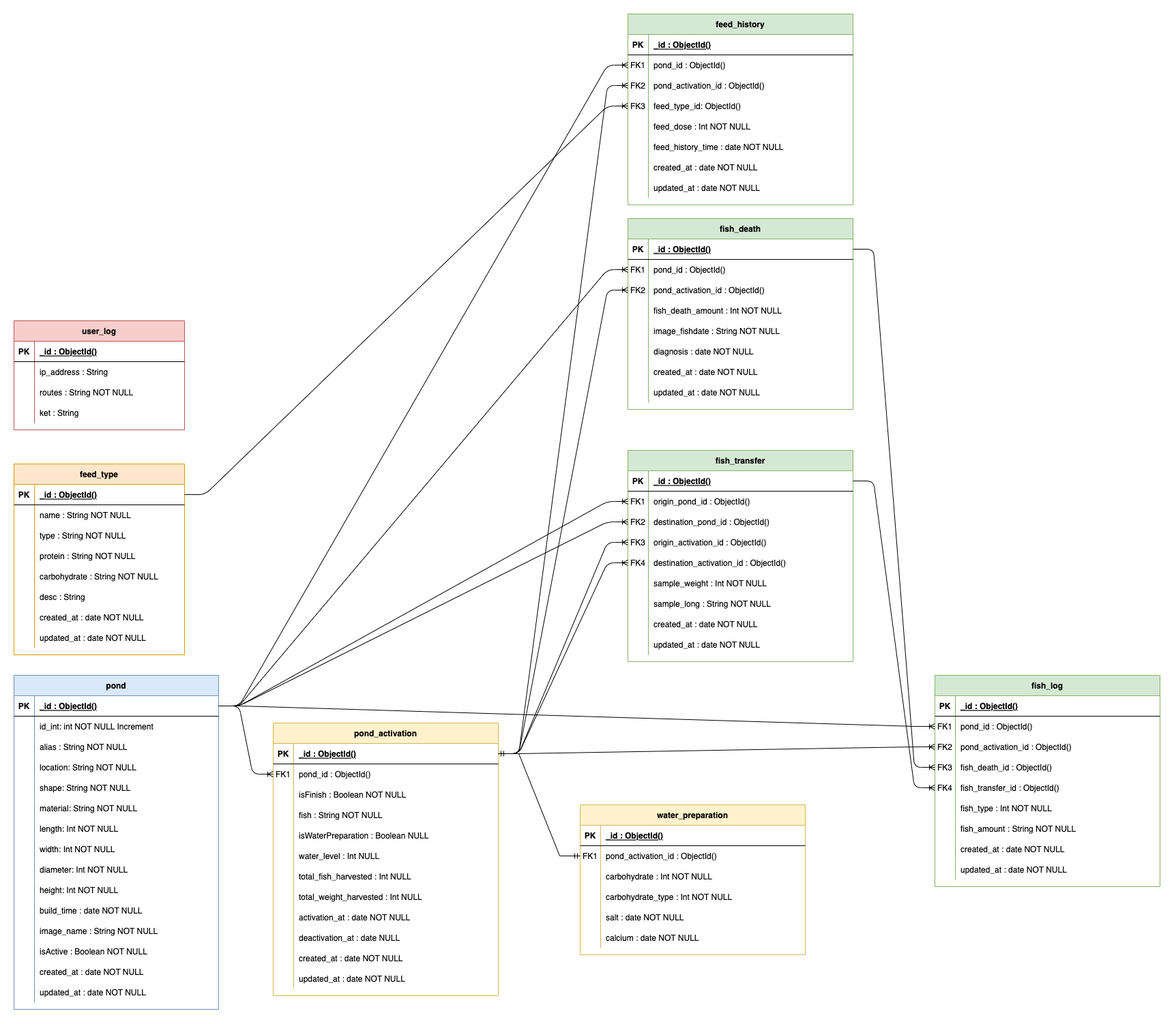
andrirahmanto/backendserverfishculture keeps this draw.io diagram as doc/Sprint07/diagram database/database.png. Above is the earlier version. Source tidied: cells renumbered, new cells last; positions are measured from the earlier drawing's top-left corner, leaving out a move shared by most shapes.
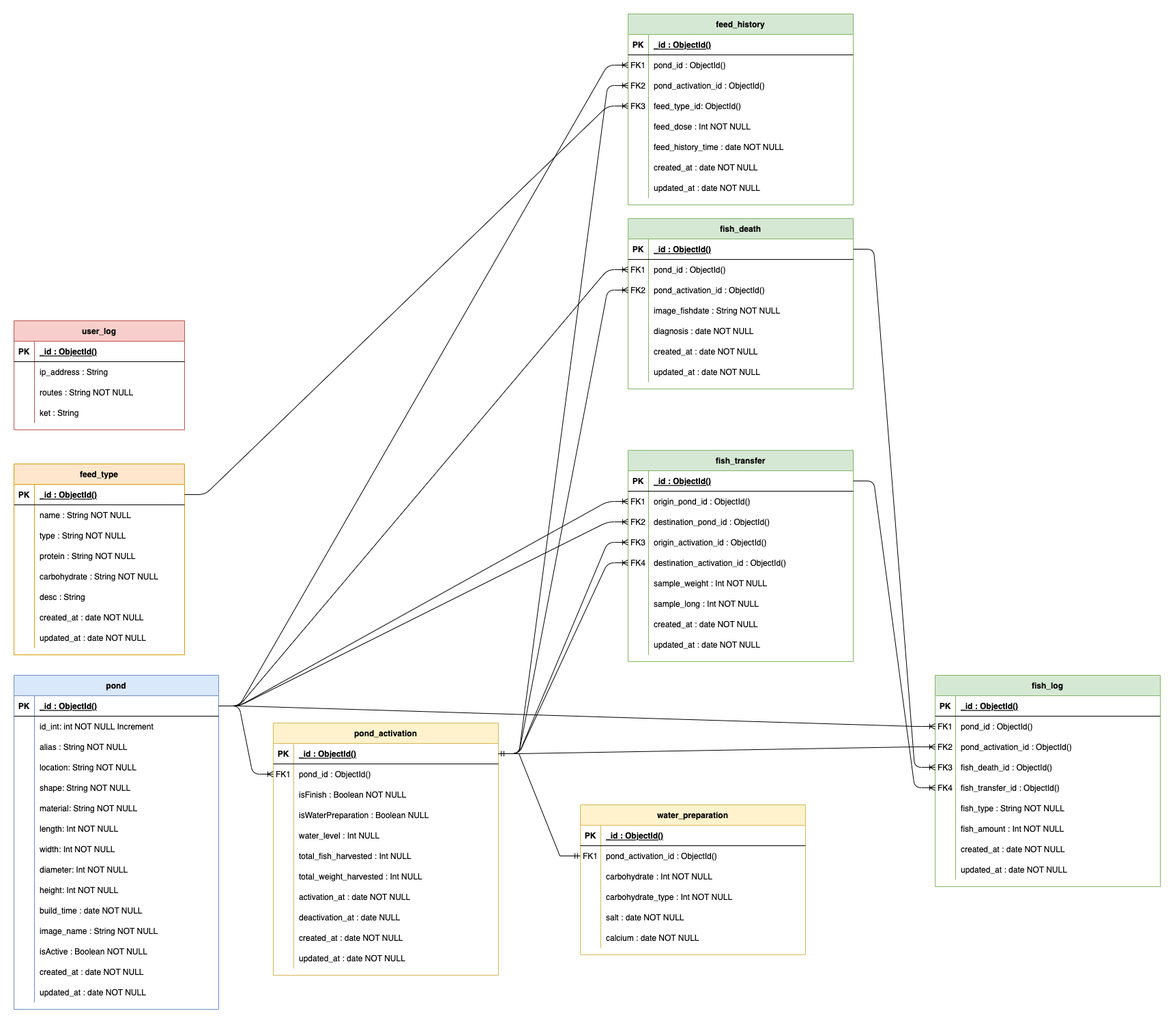
After the commit.

The edit, as a diff of the source:
```diff
@@ -336,7 +336,7 @@
       <mxGeometry relative="1" as="geometry" />
     </mxCell>
     <mxCell id="113" value="pond_activation" style="shape=table;startSize=30;rowLines=0;fontStyle=1;align=center;fillColor=#fff2cc;strokeColor=#d6b656;" parent="1" vertex="1">
-      <mxGeometry x="380" y="1040" width="330" height="400" as="geometry" />
+      <mxGeometry x="380" y="1040" width="330" height="370" as="geometry" />
     </mxCell>
     <mxCell id="114" style="shape=partialRectangle;fillColor=none;points=[[0,0.5],[1,0.5]];portConstraint=eastwest;top=0;left=0;right=0;bottom=1;" parent="113" vertex="1">
       <mxGeometry y="30" width="330" height="30" as="geometry" />
@@ -365,17 +365,8 @@
     <mxCell id="122" value="isFinish : Boolean NOT NULL" style="shape=partialRectangle;overflow=hidden;fillColor=none;top=0;left=0;bottom=0;right=0;align=left;spacingLeft=6;" parent="120" vertex="1">
       <mxGeometry x="30" width="300" height="30" as="geometry" />
     </mxCell>
-    <mxCell id="123" style="shape=partialRectangle;fillColor=none;top=0;left=0;right=0;bottom=0;" parent="113" vertex="1">
-      <mxGeometry y="120" width="330" height="30" as="geometry" />
-    </mxCell>
-    <mxCell id="124" style="shape=partialRectangle;overflow=hidden;fillColor=none;top=0;left=0;bottom=0;right=0;" parent="123" vertex="1">
-      <mxGeometry width="30" height="30" as="geometry" />
-    </mxCell>
-    <mxCell id="125" value="fish : String NOT NULL" style="shape=partialRectangle;overflow=hidden;fillColor=none;top=0;left=0;bottom=0;right=0;align=left;spacingLeft=6;" parent="123" vertex="1">
-      <mxGeometry x="30" width="300" height="30" as="geometry" />
-    </mxCell>
     <mxCell id="126" style="shape=partialRectangle;fillColor=none;top=0;left=0;right=0;bottom=0;" parent="113" vertex="1">
-      <mxGeometry y="150" width="330" height="30" as="geometry" />
+      <mxGeometry y="120" width="330" height="30" as="geometry" />
     </mxCell>
     <mxCell id="127" style="shape=partialRectangle;overflow=hidden;fillColor=none;top=0;left=0;bottom=0;right=0;" parent="126" vertex="1">
       <mxGeometry width="30" height="30" as="geometry" />
@@ -384,7 +375,7 @@
       <mxGeometry x="30" width="300" height="30" as="geometry" />
     </mxCell>
     <mxCell id="129" style="shape=partialRectangle;fillColor=none;top=0;left=0;right=0;bottom=0;" parent="113" vertex="1">
-      <mxGeometry y="180" width="330" height="30" as="geometry" />
+      <mxGeometry y="150" width="330" height="30" as="geometry" />
     </mxCell>
     <mxCell id="130" style="shape=partialRectangle;overflow=hidden;fillColor=none;top=0;left=0;bottom=0;right=0;" parent="129" vertex="1">
       <mxGeometry width="30" height="30" as="geometry" />
@@ -393,7 +384,7 @@
       <mxGeometry x="30" width="300" height="30" as="geometry" />
     </mxCell>
     <mxCell id="132" style="shape=partialRectangle;fillColor=none;top=0;left=0;right=0;bottom=0;" parent="113" vertex="1">
-      <mxGeometry y="210" width="330" height="30" as="geometry" />
+      <mxGeometry y="180" width="330" height="30" as="geometry" />
     </mxCell>
     <mxCell id="133" style="shape=partialRectangle;overflow=hidden;fillColor=none;top=0;left=0;bottom=0;right=0;" parent="132" vertex="1">
       <mxGeometry width="30" height="30" as="geometry" />
@@ -402,7 +393,7 @@
       <mxGeometry x="30" width="300" height="30" as="geometry" />
     </mxCell>
     <mxCell id="135" style="shape=partialRectangle;fillColor=none;top=0;left=0;right=0;bottom=0;" parent="113" vertex="1">
-      <mxGeometry y="240" width="330" height="30" as="geometry" />
+      <mxGeometry y="210" width="330" height="30" as="geometry" />
     </mxCell>
     <mxCell id="136" style="shape=partialRectangle;overflow=hidden;fillColor=none;top=0;left=0;bottom=0;right=0;" parent="135" vertex="1">
       <mxGeometry width="30" height="30" as="geometry" />
@@ -411,7 +402,7 @@
       <mxGeometry x="30" width="300" height="30" as="geometry" />
     </mxCell>
     <mxCell id="138" style="shape=partialRectangle;fillColor=none;top=0;left=0;right=0;bottom=0;" parent="113" vertex="1">
-      <mxGeometry y="270" width="330" height="30" as="geometry" />
+      <mxGeometry y="240" width="330" height="30" as="geometry" />
     </mxCell>
     <mxCell id="139" style="shape=partialRectangle;overflow=hidden;fillColor=none;top=0;left=0;bottom=0;right=0;" parent="138" vertex="1">
       <mxGeometry width="30" height="30" as="geometry" />
@@ -420,7 +411,7 @@
       <mxGeometry x="30" width="300" height="30" as="geometry" />
     </mxCell>
     <mxCell id="141" style="shape=partialRectangle;fillColor=none;top=0;left=0;right=0;bottom=0;" parent="113" vertex="1">
-      <mxGeometry y="300" width="330" height="30" as="geometry" />
+      <mxGeometry y="270" width="330" height="30" as="geometry" />
     </mxCell>
     <mxCell id="142" style="shape=partialRectangle;overflow=hidden;fillColor=none;top=0;left=0;bottom=0;right=0;" parent="141" vertex="1">
       <mxGeometry width="30" height="30" as="geometry" />
@@ -429,7 +420,7 @@
       <mxGeometry x="30" width="300" height="30" as="geometry" />
     </mxCell>
     <mxCell id="144" style="shape=partialRectangle;fillColor=none;top=0;left=0;right=0;bottom=0;" parent="113" vertex="1">
-      <mxGeometry y="330" width="330" height="30" as="geometry" />
+      <mxGeometry y="300" width="330" height="30" as="geometry" />
     </mxCell>
     <mxCell id="145" style="shape=partialRectangle;overflow=hidden;fillColor=none;top=0;left=0;bottom=0;right=0;" parent="144" vertex="1">
       <mxGeometry width="30" height="30" as="geometry" />
@@ -438,7 +429,7 @@
       <mxGeometry x="30" width="300" height="30" as="geometry" />
     </mxCell>
     <mxCell id="147" style="shape=partialRectangle;fillColor=none;top=0;left=0;right=0;bottom=0;" parent="113" vertex="1">
-      <mxGeometry y="360" width="330" height="30" as="geometry" />
+      <mxGeometry y="330" width="330" height="30" as="geometry" />
     </mxCell>
     <mxCell id="148" style="shape=partialRectangle;overflow=hidden;fillColor=none;top=0;left=0;bottom=0;right=0;" parent="147" vertex="1">
       <mxGeometry width="30" height="30" as="geometry" />
@@ -513,7 +504,7 @@
       <mxGeometry relative="1" as="geometry" />
     </mxCell>
     <mxCell id="172" value="fish_death" style="shape=table;startSize=30;rowLines=0;fontStyle=1;align=center;fillColor=#d5e8d4;strokeColor=#82b366;" parent="1" vertex="1">
-      <mxGeometry x="900" y="300" width="330" height="280" as="geometry" />
+      <mxGeometry x="900" y="300" width="330" height="250" as="geometry" />
     </mxCell>
     <mxCell id="173" style="shape=partialRectangle;fillColor=none;points=[[0,0.5],[1,0.5]];portConstraint=eastwest;top=0;left=0;right=0;bottom=1;" parent="172" vertex="1">
       <mxGeometry y="30" width="330" height="30" as="geometry" />
@@ -542,17 +533,8 @@
     <mxCell id="181" value="pond_activation_id : ObjectId()" style="shape=partialRectangle;overflow=hidden;fillColor=none;top=0;left=0;bottom=0;right=0;align=left;spacingLeft=6;" parent="179" vertex="1">
       <mxGeometry x="30" width="300" height="30" as="geometry" />
     </mxCell>
-    <mxCell id="182" style="shape=partialRectangle;fillColor=none;top=0;left=0;right=0;bottom=0;" parent="172" vertex="1">
-      <mxGeometry y="120" width="330" height="30" as="geometry" />
-    </mxCell>
-    <mxCell id="183" style="shape=partialRectangle;overflow=hidden;fillColor=none;top=0;left=0;bottom=0;right=0;" parent="182" vertex="1">
-      <mxGeometry width="30" height="30" as="geometry" />
-    </mxCell>
-    <mxCell id="184" value="fish_death_amount : Int NOT NULL" style="shape=partialRectangle;overflow=hidden;fillColor=none;top=0;left=0;bottom=0;right=0;align=left;spacingLeft=6;" parent="182" vertex="1">
-      <mxGeometry x="30" width="300" height="30" as="geometry" />
-    </mxCell>
     <mxCell id="185" style="shape=partialRectangle;fillColor=none;top=0;left=0;right=0;bottom=0;" parent="172" vertex="1">
-      <mxGeometry y="150" width="330" height="30" as="geometry" />
+      <mxGeometry y="120" width="330" height="30" as="geometry" />
     </mxCell>
     <mxCell id="186" style="shape=partialRectangle;overflow=hidden;fillColor=none;top=0;left=0;bottom=0;right=0;" parent="185" vertex="1">
       <mxGeometry width="30" height="30" as="geometry" />
@@ -561,7 +543,7 @@
       <mxGeometry x="30" width="300" height="30" as="geometry" />
     </mxCell>
     <mxCell id="188" style="shape=partialRectangle;fillColor=none;top=0;left=0;right=0;bottom=0;" parent="172" vertex="1">
-      <mxGeometry y="180" width="330" height="30" as="geometry" />
+      <mxGeometry y="150" width="330" height="30" as="geometry" />
     </mxCell>
     <mxCell id="189" style="shape=partialRectangle;overflow=hidden;fillColor=none;top=0;left=0;bottom=0;right=0;" parent="188" vertex="1">
       <mxGeometry width="30" height="30" as="geometry" />
@@ -570,7 +552,7 @@
       <mxGeometry x="30" width="300" height="30" as="geometry" />
     </mxCell>
     <mxCell id="191" style="shape=partialRectangle;fillColor=none;top=0;left=0;right=0;bottom=0;" parent="172" vertex="1">
-      <mxGeometry y="210" width="330" height="30" as="geometry" />
+      <mxGeometry y="180" width="330" height="30" as="geometry" />
     </mxCell>
     <mxCell id="192" style="shape=partialRectangle;overflow=hidden;fillColor=none;top=0;left=0;bottom=0;right=0;" parent="191" vertex="1">
       <mxGeometry width="30" height="30" as="geometry" />
@@ -579,7 +561,7 @@
       <mxGeometry x="30" width="300" height="30" as="geometry" />
     </mxCell>
     <mxCell id="194" style="shape=partialRectangle;fillColor=none;top=0;left=0;right=0;bottom=0;" parent="172" vertex="1">
-      <mxGeometry y="240" width="330" height="30" as="geometry" />
+      <mxGeometry y="210" width="330" height="30" as="geometry" />
     </mxCell>
     <mxCell id="195" style="shape=partialRectangle;overflow=hidden;fillColor=none;top=0;left=0;bottom=0;right=0;" parent="194" vertex="1">
       <mxGeometry width="30" height="30" as="geometry" />
@@ -647,7 +629,7 @@
     <mxCell id="216" style="shape=partialRectangle;overflow=hidden;fillColor=none;top=0;left=0;bottom=0;right=0;" parent="215" vertex="1">
       <mxGeometry width="30" height="30" as="geometry" />
     </mxCell>
-    <mxCell id="217" value="fish_type : Int NOT NULL" style="shape=partialRectangle;overflow=hidden;fillColor=none;top=0;left=0;bottom=0;right=0;align=left;spacingLeft=6;" parent="215" vertex="1">
+    <mxCell id="217" value="fish_type : String NOT NULL" style="shape=partialRectangle;overflow=hidden;fillColor=none;top=0;left=0;bottom=0;right=0;align=left;spacingLeft=6;" parent="215" vertex="1">
       <mxGeometry x="30" width="300" height="30" as="geometry" />
     </mxCell>
     <mxCell id="218" style="shape=partialRectangle;fillColor=none;top=0;left=0;right=0;bottom=0;" parent="199" vertex="1">
@@ -656,7 +638,7 @@
     <mxCell id="219" style="shape=partialRectangle;overflow=hidden;fillColor=none;top=0;left=0;bottom=0;right=0;" parent="218" vertex="1">
       <mxGeometry width="30" height="30" as="geometry" />
     </mxCell>
-    <mxCell id="220" value="fish_amount : String NOT NULL" style="shape=partialRectangle;overflow=hidden;fillColor=none;top=0;left=0;bottom=0;right=0;align=left;spacingLeft=6;" parent="218" vertex="1">
+    <mxCell id="220" value="fish_amount : Int NOT NULL" style="shape=partialRectangle;overflow=hidden;fillColor=none;top=0;left=0;bottom=0;right=0;align=left;spacingLeft=6;" parent="218" vertex="1">
       <mxGeometry x="30" width="300" height="30" as="geometry" />
     </mxCell>
     <mxCell id="221" style="shape=partialRectangle;fillColor=none;top=0;left=0;right=0;bottom=0;" parent="199" vertex="1">
@@ -740,7 +722,7 @@
     <mxCell id="247" style="shape=partialRectangle;overflow=hidden;fillColor=none;top=0;left=0;bottom=0;right=0;" parent="246" vertex="1">
       <mxGeometry width="30" height="30" as="geometry" />
     </mxCell>
-    <mxCell id="248" value="sample_long : String NOT NULL" style="shape=partialRectangle;overflow=hidden;fillColor=none;top=0;left=0;bottom=0;right=0;align=left;spacingLeft=6;" parent="246" vertex="1">
+    <mxCell id="248" value="sample_long : Int NOT NULL" style="shape=partialRectangle;overflow=hidden;fillColor=none;top=0;left=0;bottom=0;right=0;align=left;spacingLeft=6;" parent="246" vertex="1">
       <mxGeometry x="30" width="300" height="30" as="geometry" />
     </mxCell>
     <mxCell id="249" style="shape=partialRectangle;fillColor=none;top=0;left=0;right=0;bottom=0;" parent="227" vertex="1">
```
